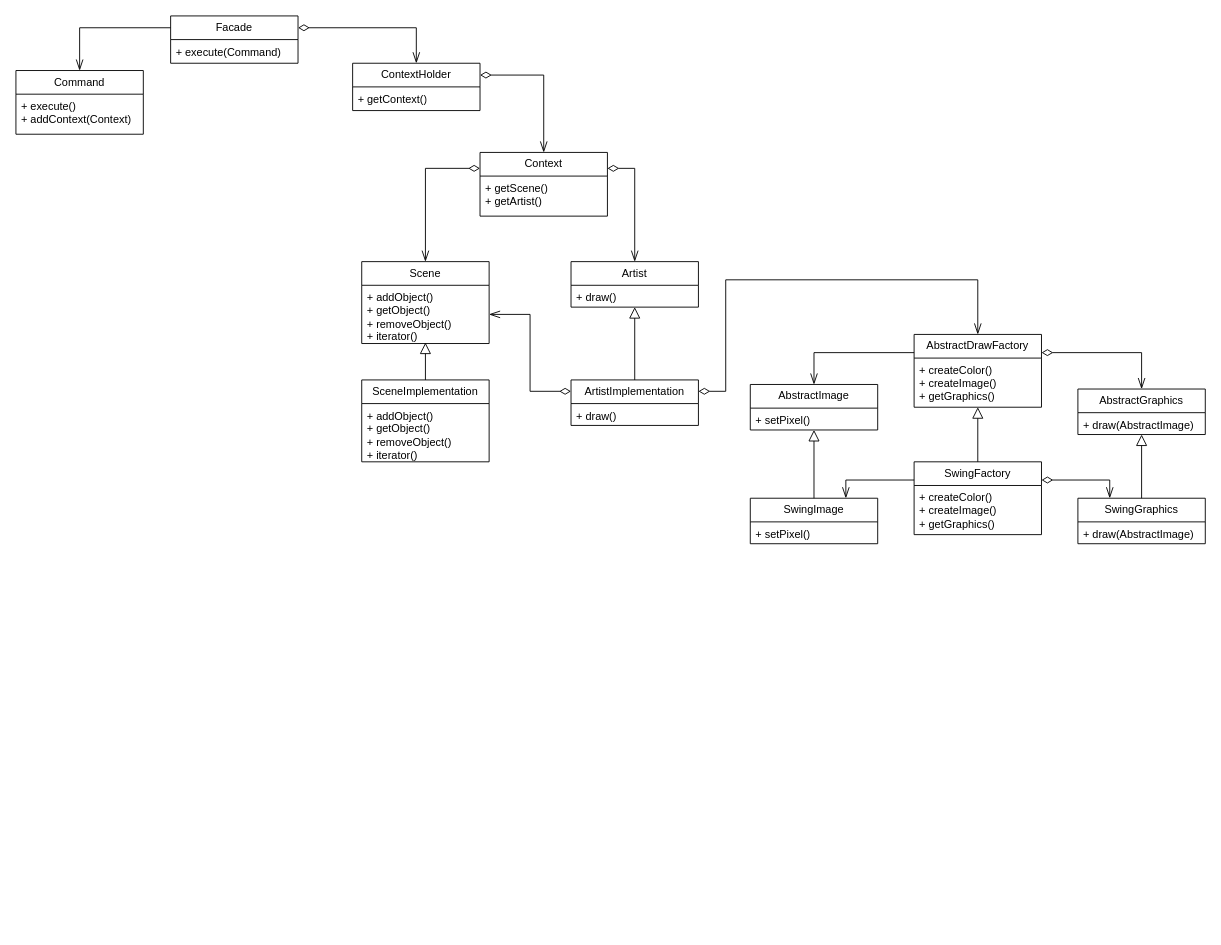
Above: uml/diagram.drawio in N1ckBaran0v/cg-coursework (draw.io), before the change. Source tidied: cells renumbered, new cells numbered last; positions are measured from the earlier drawing's top-left corner, leaving out a move shared by most shapes. Both pictures are drawn from the tidied source at 91%, with x=0, y=0 at pixel (15, 15).
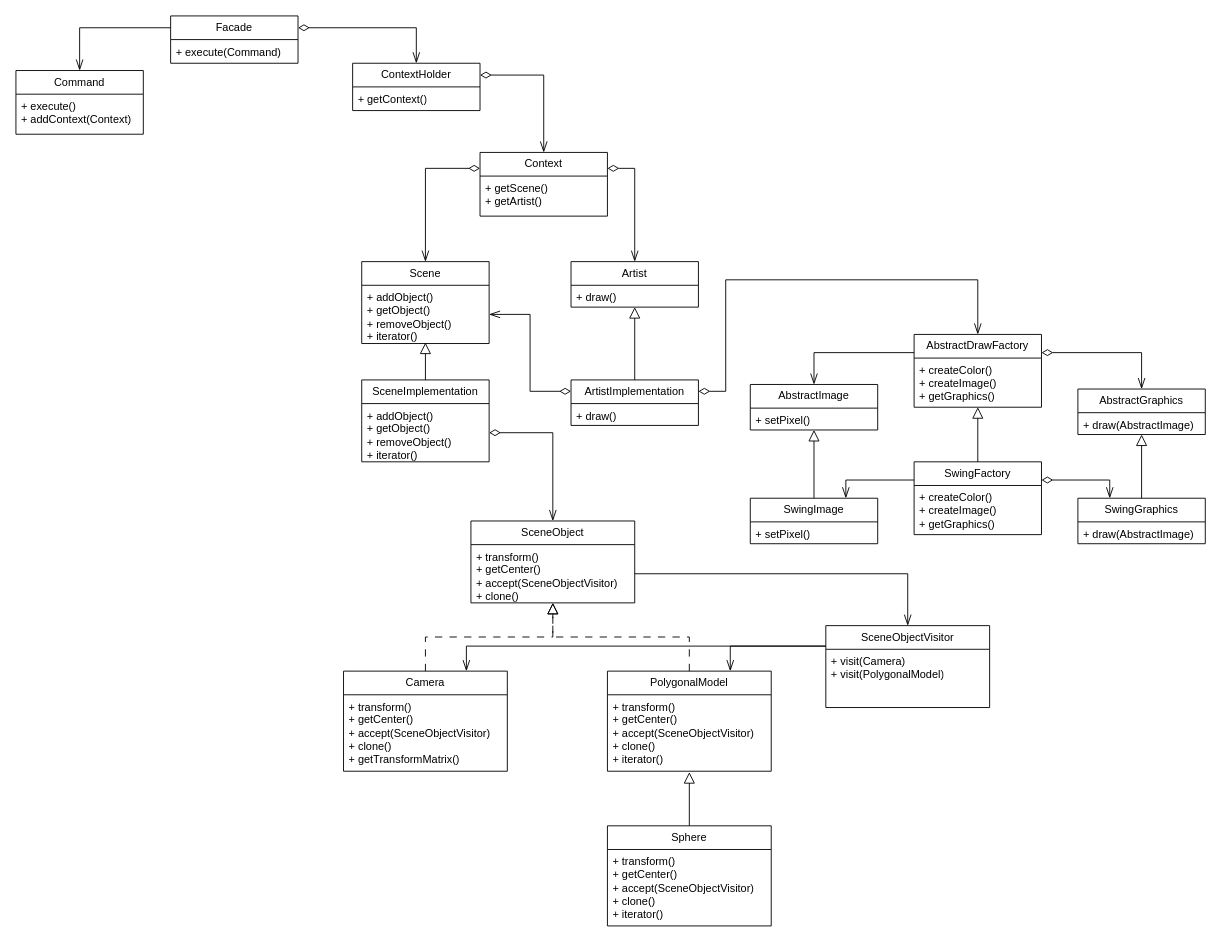
After the change.

Commit message:
scene objects were added

Unchanged cells that the change refers to:
```xml
<mxCell id="32" value="&lt;div&gt;&lt;div&gt;+ addObject()&lt;/div&gt;&lt;/div&gt;&lt;div&gt;+ getObject()&lt;/div&gt;&lt;div&gt;+ removeObject()&lt;/div&gt;&lt;div&gt;+ iterator()&lt;/div&gt;" style="text;strokeColor=none;fillColor=none;align=left;verticalAlign=top;spacingLeft=4;spacingRight=4;overflow=hidden;points=[[0,0.5],[1,0.5]];portConstraint=eastwest;whiteSpace=wrap;html=1;" parent="31" vertex="1">
  <mxGeometry y="26" width="140" height="64" as="geometry" />
</mxCell>
```

Diff of the diagram source:
```diff
@@
+    <mxCell id="46" value="SceneObject" style="swimlane;fontStyle=0;horizontal=1;startSize=26;fillColor=none;whiteSpace=wrap;html=1;" parent="1" vertex="1">
+      <mxGeometry x="500" y="555" width="180" height="90" as="geometry" />
+    </mxCell>
+    <mxCell id="47" value="&lt;div&gt;&lt;div&gt;+ transform()&lt;/div&gt;&lt;/div&gt;&lt;div&gt;+ getCenter()&lt;/div&gt;&lt;div&gt;+ accept(SceneObjectVisitor)&lt;/div&gt;&lt;div&gt;+ clone()&lt;/div&gt;" style="text;strokeColor=none;fillColor=none;align=left;verticalAlign=top;spacingLeft=4;spacingRight=4;overflow=hidden;points=[[0,0.5],[1,0.5]];portConstraint=eastwest;whiteSpace=wrap;html=1;" parent="46" vertex="1">
+      <mxGeometry y="26" width="180" height="64" as="geometry" />
+    </mxCell>
+    <mxCell id="48" style="edgeStyle=orthogonalEdgeStyle;shape=connector;rounded=0;jettySize=auto;html=1;exitX=1;exitY=0.5;exitDx=0;exitDy=0;entryX=0.5;entryY=0;entryDx=0;entryDy=0;strokeColor=default;align=center;verticalAlign=middle;fontFamily=Helvetica;fontSize=11;fontColor=default;labelBackgroundColor=default;startArrow=diamondThin;startFill=0;startSize=10;endArrow=openThin;endFill=0;endSize=10;" parent="1" edge="1" source="32" target="46">
+      <mxGeometry relative="1" as="geometry" />
+    </mxCell>
+    <mxCell id="49" value="Camera" style="swimlane;fontStyle=0;horizontal=1;startSize=26;fillColor=none;whiteSpace=wrap;html=1;" parent="1" vertex="1">
+      <mxGeometry x="360" y="720" width="180" height="110" as="geometry" />
+    </mxCell>
+    <mxCell id="50" value="&lt;div&gt;&lt;div&gt;+ transform()&lt;/div&gt;&lt;/div&gt;&lt;div&gt;+ getCenter()&lt;/div&gt;&lt;div&gt;+ accept(SceneObjectVisitor)&lt;/div&gt;&lt;div&gt;+ clone()&lt;/div&gt;&lt;div&gt;+ getTransformMatrix()&lt;/div&gt;" style="text;strokeColor=none;fillColor=none;align=left;verticalAlign=top;spacingLeft=4;spacingRight=4;overflow=hidden;whiteSpace=wrap;html=1;" parent="49" vertex="1">
+      <mxGeometry y="26" width="180" height="84" as="geometry" />
+    </mxCell>
+    <mxCell id="51" value="PolygonalModel" style="swimlane;fontStyle=0;horizontal=1;startSize=26;fillColor=none;whiteSpace=wrap;html=1;" parent="1" vertex="1">
+      <mxGeometry x="650" y="720" width="180" height="110" as="geometry" />
+    </mxCell>
+    <mxCell id="52" value="&lt;div&gt;&lt;div&gt;+ transform()&lt;/div&gt;&lt;/div&gt;&lt;div&gt;+ getCenter()&lt;/div&gt;&lt;div&gt;+ accept(SceneObjectVisitor)&lt;/div&gt;&lt;div&gt;+ clone()&lt;/div&gt;&lt;div&gt;+ iterator()&lt;/div&gt;" style="text;strokeColor=none;fillColor=none;align=left;verticalAlign=top;spacingLeft=4;spacingRight=4;overflow=hidden;points=[[0,0.5],[1,0.5]];portConstraint=eastwest;whiteSpace=wrap;html=1;" parent="51" vertex="1">
+      <mxGeometry y="26" width="180" height="84" as="geometry" />
+    </mxCell>
+    <mxCell id="53" style="edgeStyle=orthogonalEdgeStyle;shape=connector;rounded=0;jettySize=auto;html=1;exitX=0.5;exitY=0;exitDx=0;exitDy=0;entryX=0.5;entryY=1;entryDx=0;entryDy=0;entryPerimeter=0;strokeColor=default;align=center;verticalAlign=middle;fontFamily=Helvetica;fontSize=11;fontColor=default;labelBackgroundColor=default;startArrow=none;startFill=0;startSize=10;endArrow=block;endFill=0;endSize=10;dashed=1;dashPattern=8 8;" parent="1" edge="1" source="49" target="47">
+      <mxGeometry relative="1" as="geometry" />
+    </mxCell>
+    <mxCell id="54" style="edgeStyle=orthogonalEdgeStyle;shape=connector;rounded=0;jettySize=auto;html=1;exitX=0.5;exitY=0;exitDx=0;exitDy=0;entryX=0.5;entryY=1;entryDx=0;entryDy=0;entryPerimeter=0;strokeColor=default;align=center;verticalAlign=middle;fontFamily=Helvetica;fontSize=11;fontColor=default;labelBackgroundColor=default;startArrow=none;startFill=0;startSize=10;endArrow=block;endFill=0;endSize=10;dashed=1;dashPattern=8 8;" parent="1" edge="1" source="51" target="47">
+      <mxGeometry relative="1" as="geometry" />
+    </mxCell>
+    <mxCell id="55" style="edgeStyle=orthogonalEdgeStyle;shape=connector;rounded=0;jettySize=auto;html=1;exitX=0;exitY=0.25;exitDx=0;exitDy=0;entryX=0.75;entryY=0;entryDx=0;entryDy=0;strokeColor=default;align=center;verticalAlign=middle;fontFamily=Helvetica;fontSize=11;fontColor=default;labelBackgroundColor=default;startSize=10;endArrow=openThin;endFill=0;endSize=10;" parent="1" edge="1" source="57" target="49">
+      <mxGeometry relative="1" as="geometry" />
+    </mxCell>
+    <mxCell id="56" style="edgeStyle=orthogonalEdgeStyle;shape=connector;rounded=0;jettySize=auto;html=1;exitX=0;exitY=0.25;exitDx=0;exitDy=0;entryX=0.75;entryY=0;entryDx=0;entryDy=0;strokeColor=default;align=center;verticalAlign=middle;fontFamily=Helvetica;fontSize=11;fontColor=default;labelBackgroundColor=default;startSize=10;endArrow=openThin;endFill=0;endSize=10;" parent="1" edge="1" source="57" target="51">
+      <mxGeometry relative="1" as="geometry" />
+    </mxCell>
+    <mxCell id="57" value="SceneObjectVisitor" style="swimlane;fontStyle=0;horizontal=1;startSize=26;fillColor=none;whiteSpace=wrap;html=1;" parent="1" vertex="1">
+      <mxGeometry x="890" y="670" width="180" height="90" as="geometry" />
+    </mxCell>
+    <mxCell id="58" value="&lt;div&gt;&lt;div&gt;+ visit(Camera)&lt;/div&gt;&lt;/div&gt;&lt;div&gt;+ visit(PolygonalModel)&lt;/div&gt;" style="text;strokeColor=none;fillColor=none;align=left;verticalAlign=top;spacingLeft=4;spacingRight=4;overflow=hidden;whiteSpace=wrap;html=1;" parent="57" vertex="1">
+      <mxGeometry y="26" width="180" height="64" as="geometry" />
+    </mxCell>
+    <mxCell id="59" style="edgeStyle=orthogonalEdgeStyle;shape=connector;rounded=0;jettySize=auto;html=1;exitX=1;exitY=0.5;exitDx=0;exitDy=0;entryX=0.5;entryY=0;entryDx=0;entryDy=0;strokeColor=default;align=center;verticalAlign=middle;fontFamily=Helvetica;fontSize=11;fontColor=default;labelBackgroundColor=default;startSize=10;endArrow=openThin;endFill=0;endSize=10;" parent="1" edge="1" source="47" target="57">
+      <mxGeometry relative="1" as="geometry" />
+    </mxCell>
+    <mxCell id="60" value="Sphere" style="swimlane;fontStyle=0;horizontal=1;startSize=26;fillColor=none;whiteSpace=wrap;html=1;" parent="1" vertex="1">
+      <mxGeometry x="650" y="890" width="180" height="110" as="geometry" />
+    </mxCell>
+    <mxCell id="61" value="&lt;div&gt;&lt;div&gt;+ transform()&lt;/div&gt;&lt;/div&gt;&lt;div&gt;+ getCenter()&lt;/div&gt;&lt;div&gt;+ accept(SceneObjectVisitor)&lt;/div&gt;&lt;div&gt;+ clone()&lt;/div&gt;&lt;div&gt;+ iterator()&lt;/div&gt;" style="text;strokeColor=none;fillColor=none;align=left;verticalAlign=top;spacingLeft=4;spacingRight=4;overflow=hidden;whiteSpace=wrap;html=1;" parent="60" vertex="1">
+      <mxGeometry y="26" width="180" height="84" as="geometry" />
+    </mxCell>
+    <mxCell id="62" style="edgeStyle=orthogonalEdgeStyle;shape=connector;rounded=0;jettySize=auto;html=1;exitX=0.5;exitY=0;exitDx=0;exitDy=0;entryX=0.5;entryY=1.012;entryDx=0;entryDy=0;entryPerimeter=0;strokeColor=default;align=center;verticalAlign=middle;fontFamily=Helvetica;fontSize=11;fontColor=default;labelBackgroundColor=default;startArrow=none;startFill=0;startSize=10;endArrow=block;endFill=0;endSize=10;" parent="1" edge="1" source="60" target="52">
+      <mxGeometry relative="1" as="geometry" />
+    </mxCell>
```
